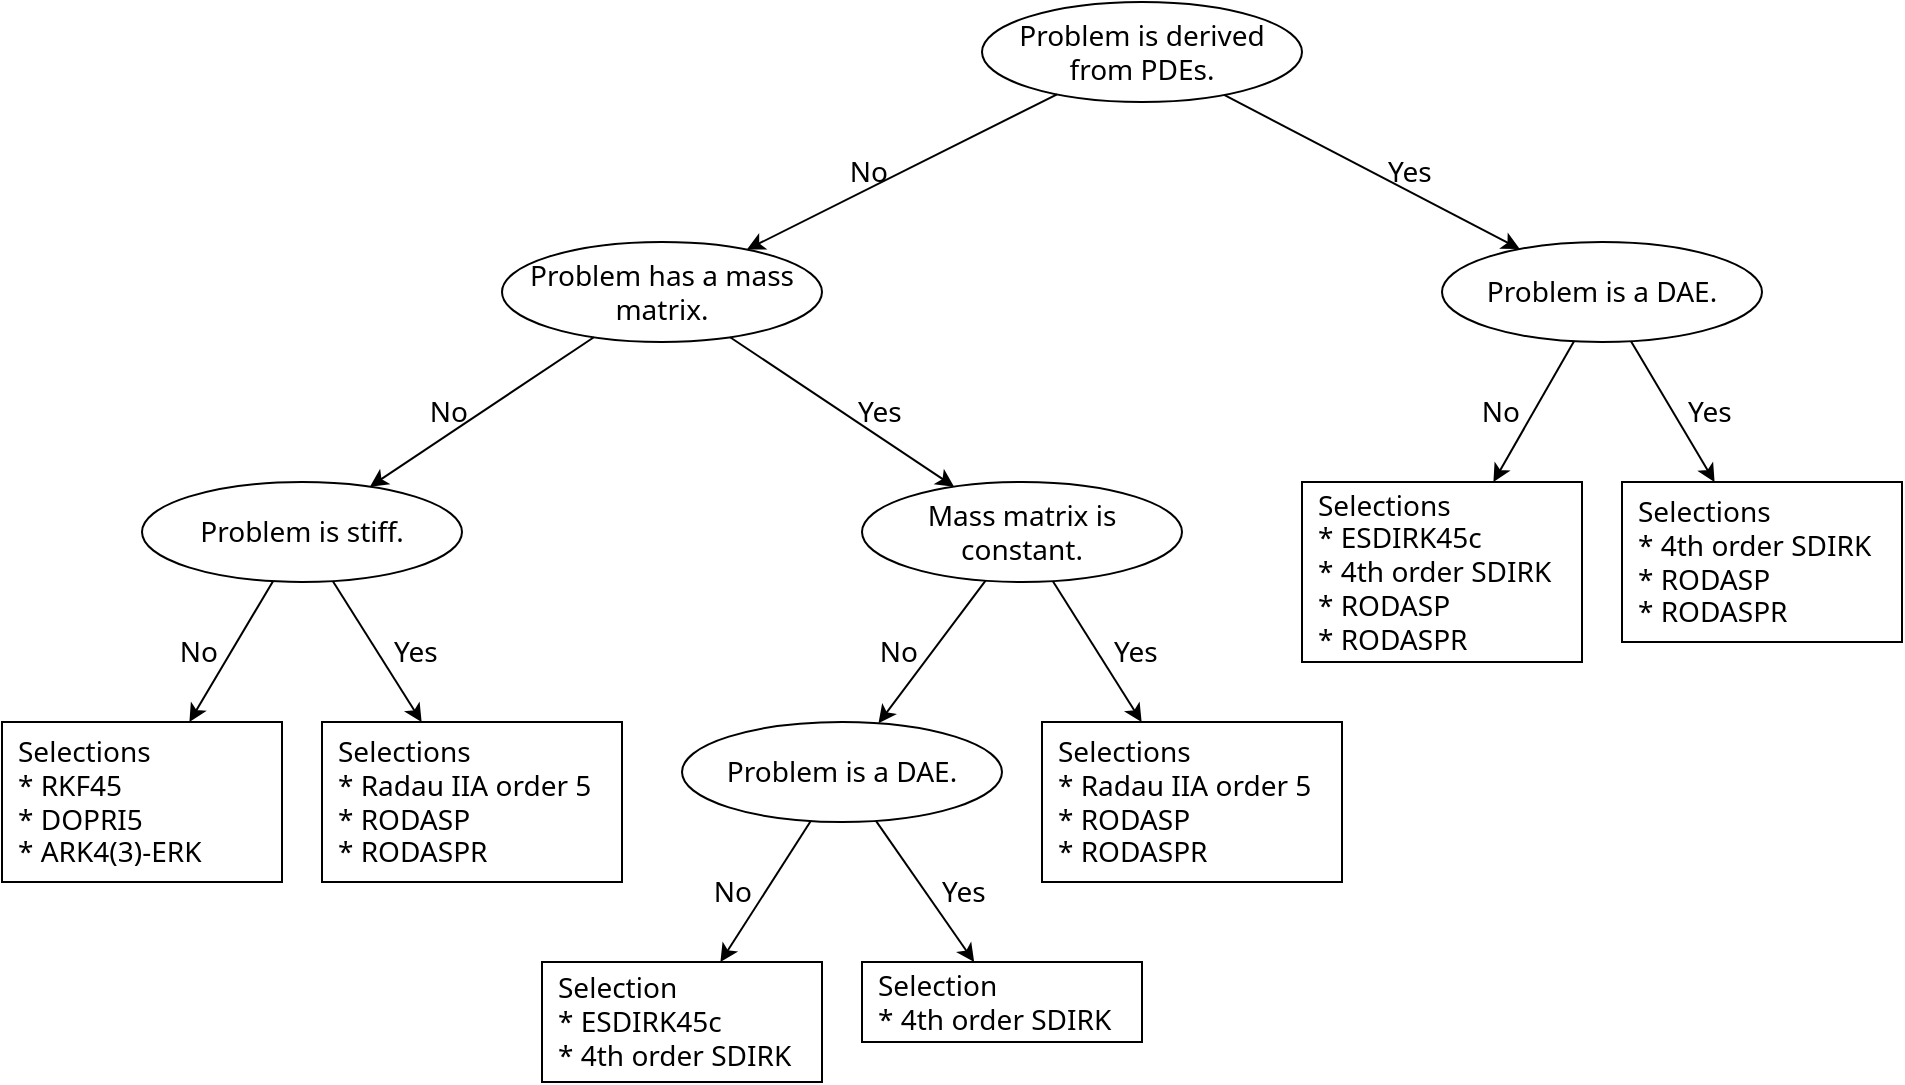
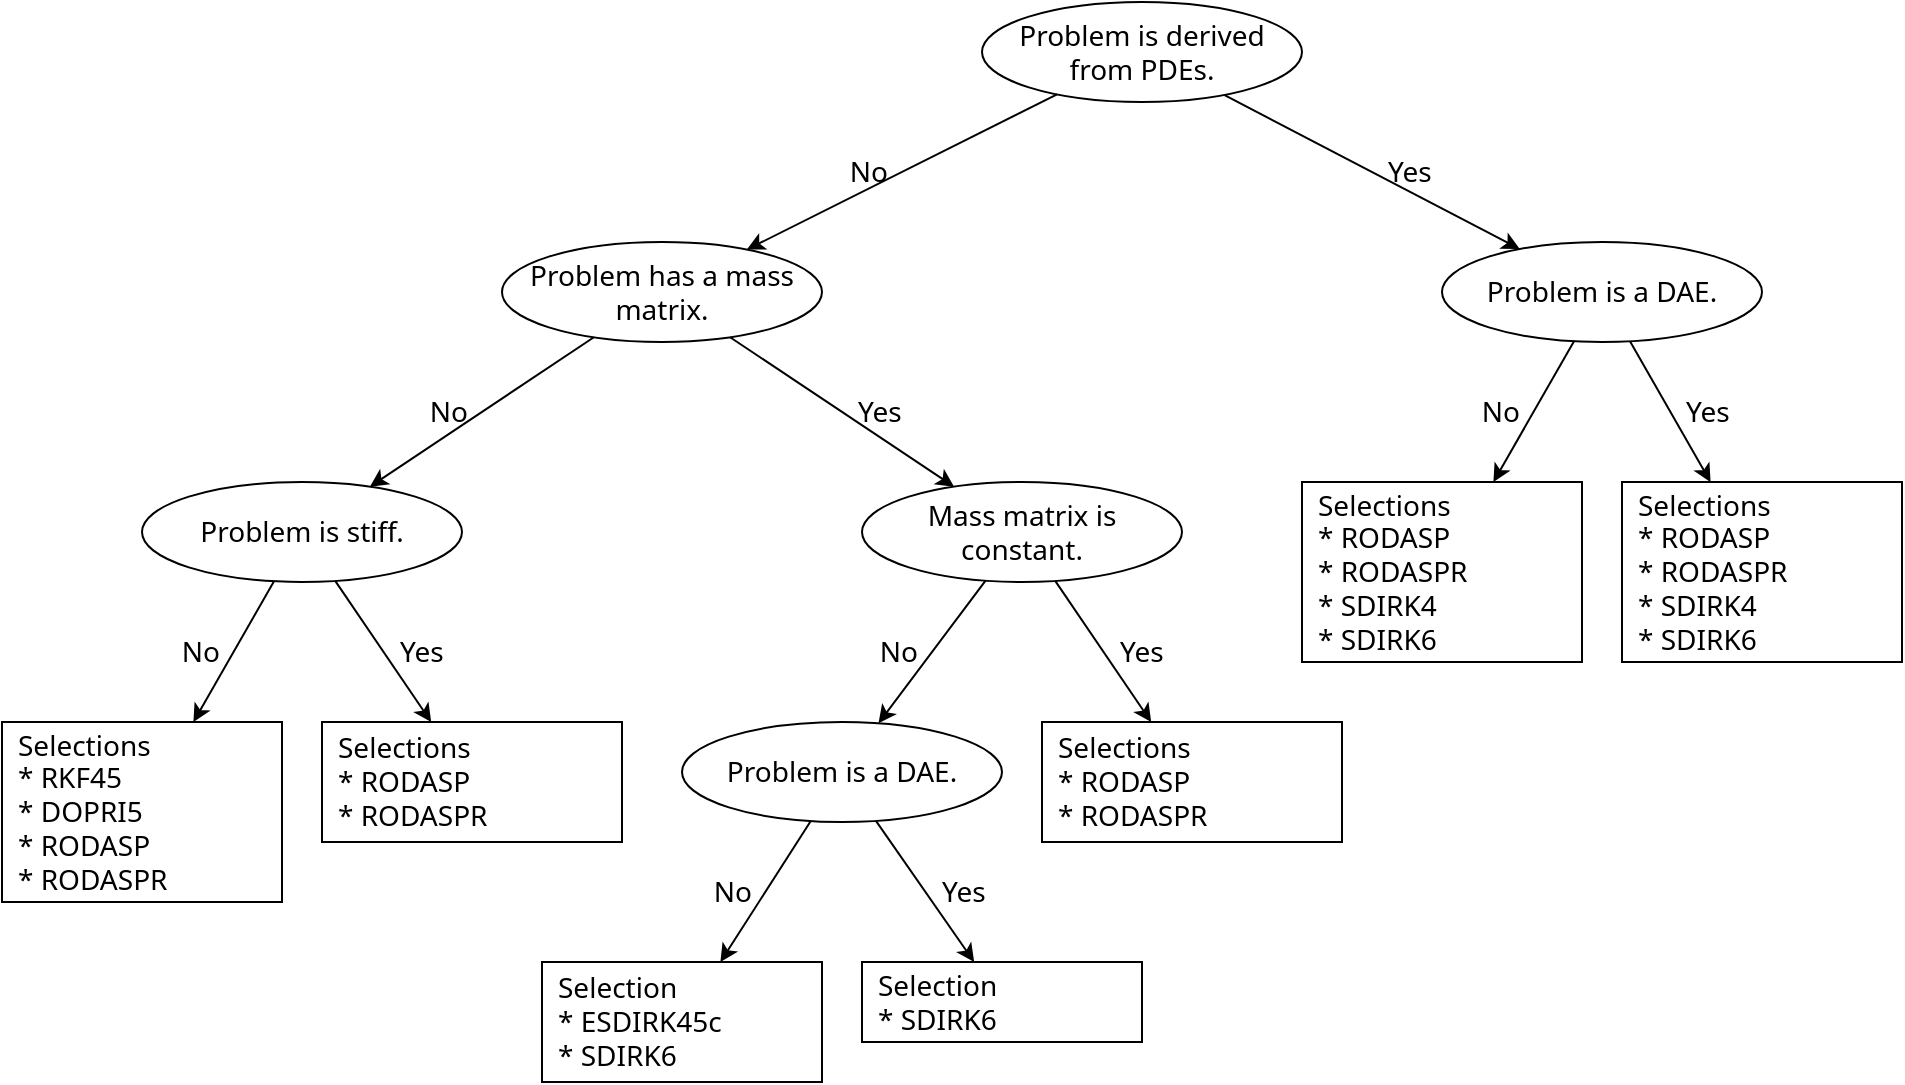
<mxfile host="Electron" agent="Mozilla/5.0 (Windows NT 10.0; Win64; x64) AppleWebKit/537.36 (KHTML, like Gecko) draw.io/29.6.6 Chrome/144.0.7559.236 Electron/40.8.4 Safari/537.36">
  <diagram name="ページ-1" id="_6arVYHVUCfbZcRYlSgy">
    <mxGraphModel dx="1414" dy="841" grid="1" gridSize="10" guides="1" tooltips="1" connect="1" arrows="1" fold="1" page="1" pageScale="1" pageWidth="1169" pageHeight="827" math="0" shadow="0">
      <root>
        <mxCell id="0" />
        <mxCell id="1" parent="0" />
        <mxCell id="Assg0K-hwRIFxURxFfxa-3" edge="1" parent="1" source="95OcW3Vn8EORuKI-x0yr-2" style="rounded=0;orthogonalLoop=1;jettySize=auto;html=1;endArrow=classic;endFill=1;fontFamily=Noto Sans;spacing=8;labelBackgroundColor=none;fontColor=default;fontSource=https%3A%2F%2Ffonts.googleapis.com%2Fcss%3Ffamily%3DNoto%2BSans;fontSize=14;fillColor=none;labelPosition=right;verticalLabelPosition=middle;align=left;verticalAlign=middle;" target="95OcW3Vn8EORuKI-x0yr-3" value="Yes">
          <mxGeometry relative="1" as="geometry">
            <mxPoint x="746.6666666666665" y="80" as="sourcePoint" />
            <mxPoint x="853.3333333333335" y="160" as="targetPoint" />
          </mxGeometry>
        </mxCell>
        <mxCell id="7Br2a1tXHeEOhqPw93C9-3" edge="1" parent="1" source="95OcW3Vn8EORuKI-x0yr-2" style="rounded=0;orthogonalLoop=1;jettySize=auto;html=1;spacing=8;labelBackgroundColor=none;fontColor=default;fontFamily=Noto Sans;fontSource=https%3A%2F%2Ffonts.googleapis.com%2Fcss%3Ffamily%3DNoto%2BSans;fontSize=14;fillColor=none;labelPosition=left;verticalLabelPosition=middle;align=right;verticalAlign=middle;" target="95OcW3Vn8EORuKI-x0yr-4" value="No">
          <mxGeometry relative="1" as="geometry">
            <mxPoint x="693.3333333333335" y="80" as="sourcePoint" />
            <mxPoint x="586.6666666666665" y="160" as="targetPoint" />
          </mxGeometry>
        </mxCell>
        <mxCell id="Assg0K-hwRIFxURxFfxa-5" edge="1" parent="1" source="95OcW3Vn8EORuKI-x0yr-3" style="rounded=0;orthogonalLoop=1;jettySize=auto;html=1;fontFamily=Noto Sans;spacing=8;labelBackgroundColor=none;fontColor=default;fontSource=https%3A%2F%2Ffonts.googleapis.com%2Fcss%3Ffamily%3DNoto%2BSans;fontSize=14;fillColor=none;labelPosition=left;verticalLabelPosition=middle;align=right;verticalAlign=middle;" target="Assg0K-hwRIFxURxFfxa-6" value="No">
          <mxGeometry relative="1" as="geometry">
            <mxPoint x="887.3333333333335" y="200" as="sourcePoint" />
            <mxPoint x="836.6666666666665" y="280" as="targetPoint" />
          </mxGeometry>
        </mxCell>
        <mxCell id="7Br2a1tXHeEOhqPw93C9-1" edge="1" parent="1" source="95OcW3Vn8EORuKI-x0yr-3" style="rounded=0;orthogonalLoop=1;jettySize=auto;html=1;spacing=8;labelBackgroundColor=none;fontColor=default;fontFamily=Noto Sans;fontSource=https%3A%2F%2Ffonts.googleapis.com%2Fcss%3Ffamily%3DNoto%2BSans;fontSize=14;fillColor=none;labelPosition=right;verticalLabelPosition=middle;align=left;verticalAlign=middle;" target="Assg0K-hwRIFxURxFfxa-7" value="Yes">
          <mxGeometry relative="1" as="geometry">
            <mxPoint x="911.8518518518517" y="200" as="sourcePoint" />
          </mxGeometry>
        </mxCell>
-         <mxCell id="Assg0K-hwRIFxURxFfxa-6" parent="1" style="rounded=0;whiteSpace=wrap;html=1;align=left;spacing=8;fontFamily=Noto Sans;labelBackgroundColor=none;fontSource=https%3A%2F%2Ffonts.googleapis.com%2Fcss%3Ffamily%3DNoto%2BSans;fontSize=14;fillColor=none;" value="&lt;div&gt;Selections&lt;/div&gt;* ESDIRK45c&lt;div&gt;* 4th order SDIRK&lt;/div&gt;&lt;div&gt;* RODASP&lt;/div&gt;&lt;div&gt;* RODASPR&lt;/div&gt;" vertex="1">
+         <mxCell id="Assg0K-hwRIFxURxFfxa-6" parent="1" style="rounded=0;whiteSpace=wrap;html=1;align=left;spacing=8;fontFamily=Noto Sans;labelBackgroundColor=none;fontSource=https%3A%2F%2Ffonts.googleapis.com%2Fcss%3Ffamily%3DNoto%2BSans;fontSize=14;fillColor=none;" value="&lt;div&gt;Selections&lt;/div&gt;&lt;div&gt;* RODASP&lt;/div&gt;&lt;div&gt;* RODASPR&lt;/div&gt;&lt;div&gt;* SDIRK4&lt;/div&gt;&lt;div&gt;&lt;span style=&quot;background-color: transparent; color: light-dark(rgb(0, 0, 0), rgb(255, 255, 255));&quot;&gt;* SDIRK6&lt;/span&gt;&lt;/div&gt;" vertex="1">
          <mxGeometry height="90" width="140" x="710" y="280" as="geometry" />
        </mxCell>
-         <mxCell id="Assg0K-hwRIFxURxFfxa-7" parent="1" style="rounded=0;whiteSpace=wrap;html=1;align=left;spacing=8;fontFamily=Noto Sans;labelBackgroundColor=none;fontSource=https%3A%2F%2Ffonts.googleapis.com%2Fcss%3Ffamily%3DNoto%2BSans;fontSize=14;fillColor=none;" value="Selections&lt;div&gt;* 4th order SDIRK&lt;/div&gt;&lt;div&gt;* RODASP&lt;/div&gt;&lt;div&gt;* RODASPR&lt;/div&gt;" vertex="1">
-           <mxGeometry height="80" width="140" x="870" y="280" as="geometry" />
+         <mxCell id="Assg0K-hwRIFxURxFfxa-7" parent="1" style="rounded=0;whiteSpace=wrap;html=1;align=left;spacing=8;fontFamily=Noto Sans;labelBackgroundColor=none;fontSource=https%3A%2F%2Ffonts.googleapis.com%2Fcss%3Ffamily%3DNoto%2BSans;fontSize=14;fillColor=none;" value="Selections&lt;div&gt;&lt;span style=&quot;background-color: transparent; color: light-dark(rgb(0, 0, 0), rgb(255, 255, 255));&quot;&gt;* RODASP&lt;/span&gt;&lt;/div&gt;&lt;div&gt;* RODASPR&lt;/div&gt;&lt;div&gt;* SDIRK4&lt;/div&gt;&lt;div&gt;&lt;span style=&quot;background-color: transparent; color: light-dark(rgb(0, 0, 0), rgb(255, 255, 255));&quot;&gt;* SDIRK6&lt;/span&gt;&lt;/div&gt;" vertex="1">
+           <mxGeometry height="90" width="140" x="870" y="280" as="geometry" />
        </mxCell>
        <mxCell id="7Br2a1tXHeEOhqPw93C9-5" edge="1" parent="1" source="95OcW3Vn8EORuKI-x0yr-4" style="rounded=0;orthogonalLoop=1;jettySize=auto;html=1;spacing=8;labelBackgroundColor=none;fontColor=default;fontFamily=Noto Sans;fontSource=https%3A%2F%2Ffonts.googleapis.com%2Fcss%3Ffamily%3DNoto%2BSans;fontSize=14;fillColor=none;labelPosition=left;verticalLabelPosition=middle;align=right;verticalAlign=middle;" target="95OcW3Vn8EORuKI-x0yr-5" value="No">
          <mxGeometry relative="1" as="geometry">
            <mxPoint x="544" y="200" as="sourcePoint" />
            <mxPoint x="496.8421052631579" y="260" as="targetPoint" />
          </mxGeometry>
        </mxCell>
        <mxCell id="7Br2a1tXHeEOhqPw93C9-9" edge="1" parent="1" source="95OcW3Vn8EORuKI-x0yr-4" style="rounded=0;orthogonalLoop=1;jettySize=auto;html=1;spacing=8;labelBackgroundColor=none;fontColor=default;fontFamily=Noto Sans;fontSource=https%3A%2F%2Ffonts.googleapis.com%2Fcss%3Ffamily%3DNoto%2BSans;fontSize=14;fillColor=none;labelPosition=right;verticalLabelPosition=middle;align=left;verticalAlign=middle;" target="FN8ENbpYnsnrRpaCpHmf-1" value="Yes">
          <mxGeometry relative="1" as="geometry">
            <mxPoint x="567.4418604651164" y="200" as="sourcePoint" />
          </mxGeometry>
        </mxCell>
        <mxCell id="7Br2a1tXHeEOhqPw93C9-11" edge="1" parent="1" source="95OcW3Vn8EORuKI-x0yr-5" style="rounded=0;orthogonalLoop=1;jettySize=auto;html=1;spacing=8;labelBackgroundColor=none;fontColor=default;fontFamily=Noto Sans;fontSource=https%3A%2F%2Ffonts.googleapis.com%2Fcss%3Ffamily%3DNoto%2BSans;fontSize=14;fillColor=none;labelPosition=right;verticalLabelPosition=middle;align=left;verticalAlign=middle;" target="7Br2a1tXHeEOhqPw93C9-8" value="Yes">
          <mxGeometry relative="1" as="geometry">
            <mxPoint x="497.8260869565215" y="300" as="sourcePoint" />
          </mxGeometry>
        </mxCell>
-         <mxCell id="7Br2a1tXHeEOhqPw93C9-8" parent="1" style="rounded=0;whiteSpace=wrap;html=1;align=left;spacing=8;fontFamily=Noto Sans;labelBackgroundColor=none;fontSource=https%3A%2F%2Ffonts.googleapis.com%2Fcss%3Ffamily%3DNoto%2BSans;fontSize=14;fillColor=none;verticalAlign=middle;labelPosition=center;verticalLabelPosition=middle;" value="Selections&lt;div&gt;* Radau IIA order 5&lt;/div&gt;&lt;div&gt;* RODASP&lt;/div&gt;&lt;div&gt;* RODASPR&lt;/div&gt;" vertex="1">
-           <mxGeometry height="80" width="150" x="220" y="400" as="geometry" />
+         <mxCell id="7Br2a1tXHeEOhqPw93C9-8" parent="1" style="rounded=0;whiteSpace=wrap;html=1;align=left;spacing=8;fontFamily=Noto Sans;labelBackgroundColor=none;fontSource=https%3A%2F%2Ffonts.googleapis.com%2Fcss%3Ffamily%3DNoto%2BSans;fontSize=14;fillColor=none;verticalAlign=middle;labelPosition=center;verticalLabelPosition=middle;" value="Selections&lt;div&gt;&lt;span style=&quot;background-color: transparent; color: light-dark(rgb(0, 0, 0), rgb(255, 255, 255));&quot;&gt;* RODASP&lt;/span&gt;&lt;/div&gt;&lt;div&gt;* RODASPR&lt;/div&gt;" vertex="1">
+           <mxGeometry height="60" width="150" x="220" y="400" as="geometry" />
        </mxCell>
-         <mxCell id="7Br2a1tXHeEOhqPw93C9-12" parent="1" style="rounded=0;whiteSpace=wrap;html=1;align=left;spacing=8;fontFamily=Noto Sans;labelBackgroundColor=none;fontSource=https%3A%2F%2Ffonts.googleapis.com%2Fcss%3Ffamily%3DNoto%2BSans;fontSize=14;fillColor=none;verticalAlign=middle;labelPosition=center;verticalLabelPosition=middle;" value="Selections&lt;div&gt;* RKF45&lt;/div&gt;&lt;div&gt;* DOPRI5&lt;br&gt;*&amp;nbsp;ARK4(3)-ERK&lt;/div&gt;" vertex="1">
-           <mxGeometry height="80" width="140" x="60" y="400" as="geometry" />
+         <mxCell id="7Br2a1tXHeEOhqPw93C9-12" parent="1" style="rounded=0;whiteSpace=wrap;html=1;align=left;spacing=8;fontFamily=Noto Sans;labelBackgroundColor=none;fontSource=https%3A%2F%2Ffonts.googleapis.com%2Fcss%3Ffamily%3DNoto%2BSans;fontSize=14;fillColor=none;verticalAlign=middle;labelPosition=center;verticalLabelPosition=middle;" value="Selections&lt;div&gt;* RKF45&lt;/div&gt;&lt;div&gt;* DOPRI5&lt;br&gt;&lt;/div&gt;&lt;div&gt;&lt;div&gt;&lt;span style=&quot;background-color: transparent; color: light-dark(rgb(0, 0, 0), rgb(255, 255, 255));&quot;&gt;* RODASP&lt;/span&gt;&lt;/div&gt;&lt;div&gt;* RODASPR&lt;/div&gt;&lt;/div&gt;" vertex="1">
+           <mxGeometry height="90" width="140" x="60" y="400" as="geometry" />
        </mxCell>
        <mxCell id="7Br2a1tXHeEOhqPw93C9-13" edge="1" parent="1" source="95OcW3Vn8EORuKI-x0yr-5" style="rounded=0;orthogonalLoop=1;jettySize=auto;html=1;spacing=8;labelBackgroundColor=none;fontColor=default;fontFamily=Noto Sans;fontSource=https%3A%2F%2Ffonts.googleapis.com%2Fcss%3Ffamily%3DNoto%2BSans;fontSize=14;fillColor=none;labelPosition=left;verticalLabelPosition=middle;align=right;verticalAlign=middle;" target="7Br2a1tXHeEOhqPw93C9-12" value="No">
          <mxGeometry relative="1" as="geometry">
            <mxPoint x="456.086956521739" y="300" as="sourcePoint" />
          </mxGeometry>
        </mxCell>
        <mxCell id="95OcW3Vn8EORuKI-x0yr-2" parent="1" style="ellipse;whiteSpace=wrap;html=1;align=center;spacing=10;labelBackgroundColor=none;fontFamily=Noto Sans;fontSource=https%3A%2F%2Ffonts.googleapis.com%2Fcss%3Ffamily%3DNoto%2BSans;fontSize=14;fillColor=none;" value="&lt;span&gt;Problem is derived from PDEs.&lt;/span&gt;" vertex="1">
          <mxGeometry height="50" width="160" x="550" y="40" as="geometry" />
        </mxCell>
        <mxCell id="95OcW3Vn8EORuKI-x0yr-3" parent="1" style="ellipse;whiteSpace=wrap;html=1;align=center;spacing=10;labelBackgroundColor=none;fontFamily=Noto Sans;fontSource=https%3A%2F%2Ffonts.googleapis.com%2Fcss%3Ffamily%3DNoto%2BSans;fontSize=14;fillColor=none;" value="&lt;span style=&quot;text-align: left;&quot;&gt;Problem is a DAE.&lt;/span&gt;" vertex="1">
          <mxGeometry height="50" width="160" x="780" y="160" as="geometry" />
        </mxCell>
        <mxCell id="95OcW3Vn8EORuKI-x0yr-4" parent="1" style="ellipse;whiteSpace=wrap;html=1;align=center;spacing=10;labelBackgroundColor=none;fontFamily=Noto Sans;fontSource=https%3A%2F%2Ffonts.googleapis.com%2Fcss%3Ffamily%3DNoto%2BSans;fontSize=14;fillColor=none;" value="&lt;span style=&quot;text-align: left;&quot;&gt;Problem has a mass matrix.&lt;/span&gt;" vertex="1">
          <mxGeometry height="50" width="160" x="310" y="160" as="geometry" />
        </mxCell>
        <mxCell id="95OcW3Vn8EORuKI-x0yr-5" parent="1" style="ellipse;whiteSpace=wrap;html=1;align=center;spacing=10;labelBackgroundColor=none;fontFamily=Noto Sans;fontSource=https%3A%2F%2Ffonts.googleapis.com%2Fcss%3Ffamily%3DNoto%2BSans;fontSize=14;fillColor=none;" value="&lt;span style=&quot;text-align: left;&quot;&gt;Problem is stiff.&lt;/span&gt;" vertex="1">
          <mxGeometry height="50" width="160" x="130" y="280" as="geometry" />
        </mxCell>
        <mxCell id="FN8ENbpYnsnrRpaCpHmf-1" parent="1" style="ellipse;whiteSpace=wrap;html=1;align=center;spacing=10;labelBackgroundColor=none;fontFamily=Noto Sans;fontSource=https%3A%2F%2Ffonts.googleapis.com%2Fcss%3Ffamily%3DNoto%2BSans;fontSize=14;fillColor=none;" value="&lt;span style=&quot;text-align: left;&quot;&gt;Mass matrix is constant.&lt;/span&gt;" vertex="1">
          <mxGeometry height="50" width="160" x="490" y="280" as="geometry" />
        </mxCell>
-         <mxCell id="FN8ENbpYnsnrRpaCpHmf-2" parent="1" style="rounded=0;whiteSpace=wrap;html=1;align=left;spacing=8;fontFamily=Noto Sans;labelBackgroundColor=none;fontSource=https%3A%2F%2Ffonts.googleapis.com%2Fcss%3Ffamily%3DNoto%2BSans;fontSize=14;fillColor=none;verticalAlign=middle;labelPosition=center;verticalLabelPosition=middle;" value="Selection&lt;div&gt;*&amp;nbsp;ESDIRK45c&lt;/div&gt;&lt;div&gt;* 4th order SDIRK&lt;/div&gt;" vertex="1">
+         <mxCell id="FN8ENbpYnsnrRpaCpHmf-2" parent="1" style="rounded=0;whiteSpace=wrap;html=1;align=left;spacing=8;fontFamily=Noto Sans;labelBackgroundColor=none;fontSource=https%3A%2F%2Ffonts.googleapis.com%2Fcss%3Ffamily%3DNoto%2BSans;fontSize=14;fillColor=none;verticalAlign=middle;labelPosition=center;verticalLabelPosition=middle;" value="Selection&lt;div&gt;*&amp;nbsp;ESDIRK45c&lt;/div&gt;&lt;div&gt;&lt;span style=&quot;background-color: transparent; color: light-dark(rgb(0, 0, 0), rgb(255, 255, 255));&quot;&gt;* SDIRK6&lt;/span&gt;&lt;/div&gt;" vertex="1">
          <mxGeometry height="60" width="140" x="330" y="520" as="geometry" />
        </mxCell>
-         <mxCell id="FN8ENbpYnsnrRpaCpHmf-3" parent="1" style="rounded=0;whiteSpace=wrap;html=1;align=left;spacing=8;fontFamily=Noto Sans;labelBackgroundColor=none;fontSource=https%3A%2F%2Ffonts.googleapis.com%2Fcss%3Ffamily%3DNoto%2BSans;fontSize=14;fillColor=none;verticalAlign=middle;labelPosition=center;verticalLabelPosition=middle;" value="Selections&lt;div&gt;* Radau IIA order 5&lt;/div&gt;&lt;div&gt;* RODASP&lt;/div&gt;&lt;div&gt;* RODASPR&lt;/div&gt;" vertex="1">
-           <mxGeometry height="80" width="150" x="580" y="400" as="geometry" />
+         <mxCell id="FN8ENbpYnsnrRpaCpHmf-3" parent="1" style="rounded=0;whiteSpace=wrap;html=1;align=left;spacing=8;fontFamily=Noto Sans;labelBackgroundColor=none;fontSource=https%3A%2F%2Ffonts.googleapis.com%2Fcss%3Ffamily%3DNoto%2BSans;fontSize=14;fillColor=none;verticalAlign=middle;labelPosition=center;verticalLabelPosition=middle;" value="Selections&lt;div&gt;&lt;span style=&quot;background-color: transparent; color: light-dark(rgb(0, 0, 0), rgb(255, 255, 255));&quot;&gt;* RODASP&lt;/span&gt;&lt;/div&gt;&lt;div&gt;* RODASPR&lt;/div&gt;" vertex="1">
+           <mxGeometry height="60" width="150" x="580" y="400" as="geometry" />
        </mxCell>
        <mxCell id="W7ESKFbm7PprLvDNY1jx-1" edge="1" parent="1" source="FN8ENbpYnsnrRpaCpHmf-1" style="rounded=0;orthogonalLoop=1;jettySize=auto;html=1;spacing=8;labelBackgroundColor=none;fontColor=default;fontFamily=Noto Sans;fontSource=https%3A%2F%2Ffonts.googleapis.com%2Fcss%3Ffamily%3DNoto%2BSans;fontSize=14;fillColor=none;labelPosition=right;verticalLabelPosition=middle;align=left;verticalAlign=middle;" target="FN8ENbpYnsnrRpaCpHmf-3" value="Yes">
          <mxGeometry relative="1" as="geometry">
            <mxPoint x="579.7" y="325.86" as="sourcePoint" />
            <mxPoint x="685.7" y="399.86" as="targetPoint" />
          </mxGeometry>
        </mxCell>
        <mxCell id="W7ESKFbm7PprLvDNY1jx-2" edge="1" parent="1" source="FN8ENbpYnsnrRpaCpHmf-1" style="rounded=0;orthogonalLoop=1;jettySize=auto;html=1;spacing=8;labelBackgroundColor=none;fontColor=default;fontFamily=Noto Sans;fontSource=https%3A%2F%2Ffonts.googleapis.com%2Fcss%3Ffamily%3DNoto%2BSans;fontSize=14;fillColor=none;labelPosition=left;verticalLabelPosition=middle;align=right;verticalAlign=middle;" target="njvBe_0hO0YSM9xT8ueO-1" value="No">
          <mxGeometry relative="1" as="geometry">
            <mxPoint x="480.3" y="310.13" as="sourcePoint" />
            <mxPoint x="374.3" y="384.13" as="targetPoint" />
          </mxGeometry>
        </mxCell>
        <mxCell id="njvBe_0hO0YSM9xT8ueO-1" parent="1" style="ellipse;whiteSpace=wrap;html=1;align=center;spacing=10;labelBackgroundColor=none;fontFamily=Noto Sans;fontSource=https%3A%2F%2Ffonts.googleapis.com%2Fcss%3Ffamily%3DNoto%2BSans;fontSize=14;fillColor=none;" value="&lt;span style=&quot;text-align: left;&quot;&gt;Problem is a DAE.&lt;/span&gt;" vertex="1">
          <mxGeometry height="50" width="160" x="400" y="400" as="geometry" />
        </mxCell>
        <mxCell id="njvBe_0hO0YSM9xT8ueO-2" edge="1" parent="1" source="njvBe_0hO0YSM9xT8ueO-1" style="rounded=0;orthogonalLoop=1;jettySize=auto;html=1;spacing=8;labelBackgroundColor=none;fontColor=default;fontFamily=Noto Sans;fontSource=https%3A%2F%2Ffonts.googleapis.com%2Fcss%3Ffamily%3DNoto%2BSans;fontSize=14;fillColor=none;labelPosition=right;verticalLabelPosition=middle;align=left;verticalAlign=middle;" target="njvBe_0hO0YSM9xT8ueO-5" value="Yes">
          <mxGeometry relative="1" as="geometry">
            <mxPoint x="561.76" y="490" as="sourcePoint" />
            <mxPoint x="606.76" y="560" as="targetPoint" />
          </mxGeometry>
        </mxCell>
        <mxCell id="njvBe_0hO0YSM9xT8ueO-4" edge="1" parent="1" source="njvBe_0hO0YSM9xT8ueO-1" style="rounded=0;orthogonalLoop=1;jettySize=auto;html=1;spacing=8;labelBackgroundColor=none;fontColor=default;fontFamily=Noto Sans;fontSource=https%3A%2F%2Ffonts.googleapis.com%2Fcss%3Ffamily%3DNoto%2BSans;fontSize=14;fillColor=none;labelPosition=left;verticalLabelPosition=middle;align=right;verticalAlign=middle;" target="FN8ENbpYnsnrRpaCpHmf-2" value="No">
          <mxGeometry relative="1" as="geometry">
            <mxPoint x="433.74" y="459.65999999999997" as="sourcePoint" />
            <mxPoint x="379.74" y="531.66" as="targetPoint" />
          </mxGeometry>
        </mxCell>
-         <mxCell id="njvBe_0hO0YSM9xT8ueO-5" parent="1" style="rounded=0;whiteSpace=wrap;html=1;align=left;spacing=8;fontFamily=Noto Sans;labelBackgroundColor=none;fontSource=https%3A%2F%2Ffonts.googleapis.com%2Fcss%3Ffamily%3DNoto%2BSans;fontSize=14;fillColor=none;verticalAlign=middle;labelPosition=center;verticalLabelPosition=middle;" value="Selection&lt;div&gt;&lt;div&gt;*&amp;nbsp;&lt;span style=&quot;background-color: transparent; color: light-dark(rgb(0, 0, 0), rgb(255, 255, 255));&quot;&gt;4th order SDIRK&lt;/span&gt;&lt;br&gt;&lt;/div&gt;&lt;/div&gt;" vertex="1">
+         <mxCell id="njvBe_0hO0YSM9xT8ueO-5" parent="1" style="rounded=0;whiteSpace=wrap;html=1;align=left;spacing=8;fontFamily=Noto Sans;labelBackgroundColor=none;fontSource=https%3A%2F%2Ffonts.googleapis.com%2Fcss%3Ffamily%3DNoto%2BSans;fontSize=14;fillColor=none;verticalAlign=middle;labelPosition=center;verticalLabelPosition=middle;" value="Selection&lt;div&gt;&lt;div&gt;&lt;span style=&quot;background-color: transparent; color: light-dark(rgb(0, 0, 0), rgb(255, 255, 255));&quot;&gt;* SDIRK6&lt;/span&gt;&lt;/div&gt;&lt;/div&gt;" vertex="1">
          <mxGeometry height="40" width="140" x="490" y="520" as="geometry" />
        </mxCell>
      </root>
    </mxGraphModel>
  </diagram>
</mxfile>
